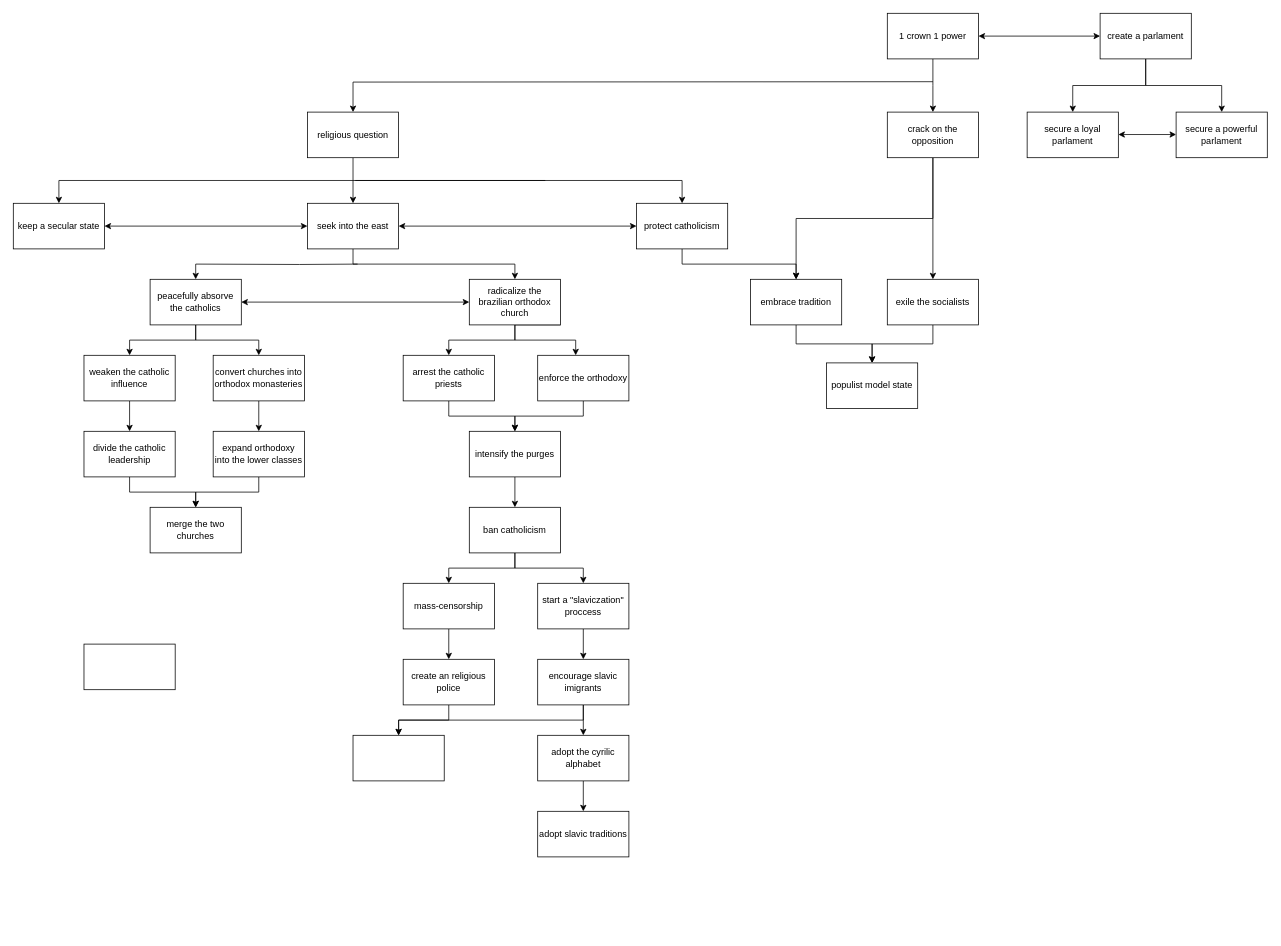
The draw.io diagram Untitled Diagram.drawio in GolfinhoDoAlaska/marwan-challenge, before the edit. Source tidied: cells renumbered, new cells numbered last; positions are measured from the earlier drawing's top-left corner, leaving out a move shared by most shapes. Both pictures are drawn from the tidied source at 76%, with x=0, y=0 at pixel (13, 13).
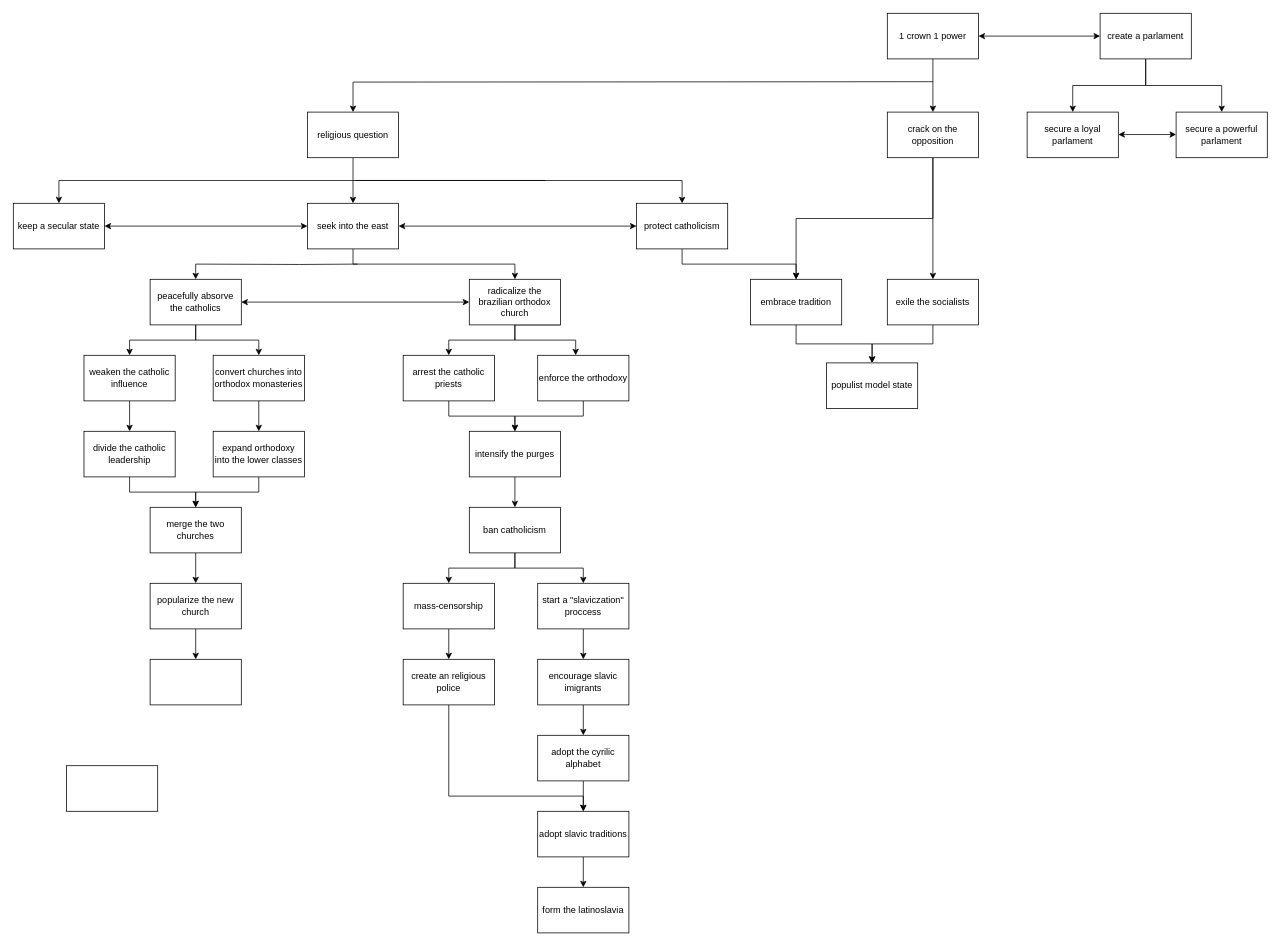
The same diagram, later.

Unchanged cells that the change refers to:
```xml
<mxCell id="48" value="merge the two churches" style="rounded=0;whiteSpace=wrap;html=1;" parent="1" vertex="1">
  <mxGeometry x="180" y="650" width="120" height="60" as="geometry" />
</mxCell>
<mxCell id="64" value="encourage slavic imigrants" style="rounded=0;whiteSpace=wrap;html=1;" parent="1" vertex="1">
  <mxGeometry x="690" y="850" width="120" height="60" as="geometry" />
</mxCell>
<mxCell id="66" value="create an religious police" style="rounded=0;whiteSpace=wrap;html=1;" parent="1" vertex="1">
  <mxGeometry x="513" y="850" width="120" height="60" as="geometry" />
</mxCell>
<mxCell id="69" value="adopt slavic traditions" style="rounded=0;whiteSpace=wrap;html=1;" parent="1" vertex="1">
  <mxGeometry x="690" y="1050" width="120" height="60" as="geometry" />
</mxCell>
```

Change to the diagram source:
```diff
@@
+    <mxCell id="71" style="edgeStyle=orthogonalEdgeStyle;rounded=0;jettySize=auto;html=1;entryX=0.5;entryY=0;entryDx=0;entryDy=0;" parent="1" edge="1" source="15" target="77">
+      <mxGeometry relative="1" as="geometry" />
+    </mxCell>
-    <mxCell id="15" style="rounded=0;whiteSpace=wrap;html=1;" parent="1" vertex="1">
-      <mxGeometry x="93" y="830" width="120" height="60" as="geometry" />
+    <mxCell id="15" value="popularize the new church" style="rounded=0;whiteSpace=wrap;html=1;" parent="1" vertex="1">
+      <mxGeometry x="180" y="750" width="120" height="60" as="geometry" />
     </mxCell>
@@
+    <mxCell id="72" style="edgeStyle=orthogonalEdgeStyle;rounded=0;jettySize=auto;html=1;entryX=0.5;entryY=0;entryDx=0;entryDy=0;" parent="1" edge="1" source="48" target="15">
+      <mxGeometry relative="1" as="geometry" />
+    </mxCell>
@@
-    <mxCell id="63" style="edgeStyle=orthogonalEdgeStyle;rounded=0;jettySize=auto;html=1;exitX=0.5;exitY=1;exitDx=0;exitDy=0;" parent="1" edge="1" source="64" target="70">
-      <mxGeometry relative="1" as="geometry" />
-    </mxCell>
@@
-    <mxCell id="65" style="edgeStyle=orthogonalEdgeStyle;rounded=0;jettySize=auto;html=1;entryX=0.5;entryY=0;entryDx=0;entryDy=0;" parent="1" edge="1" source="66" target="70">
-      <mxGeometry relative="1" as="geometry" />
-    </mxCell>
+    <mxCell id="73" style="edgeStyle=orthogonalEdgeStyle;rounded=0;jettySize=auto;html=1;entryX=0.5;entryY=0;entryDx=0;entryDy=0;" parent="1" edge="1" source="66" target="69">
+      <mxGeometry relative="1" as="geometry">
+        <Array as="points">
+          <mxPoint x="573" y="1030" />
+          <mxPoint x="750" y="1030" />
+        </Array>
+      </mxGeometry>
+    </mxCell>
@@
+    <mxCell id="74" style="edgeStyle=orthogonalEdgeStyle;rounded=0;jettySize=auto;html=1;entryX=0.5;entryY=0;entryDx=0;entryDy=0;" parent="1" edge="1" source="69" target="75">
+      <mxGeometry relative="1" as="geometry" />
+    </mxCell>
@@
-    <mxCell id="70" style="rounded=0;whiteSpace=wrap;html=1;" parent="1" vertex="1">
-      <mxGeometry x="447" y="950" width="120" height="60" as="geometry" />
-    </mxCell>
+    <mxCell id="75" value="form the latinoslavia" style="rounded=0;whiteSpace=wrap;html=1;" parent="1" vertex="1">
+      <mxGeometry x="690" y="1150" width="120" height="60" as="geometry" />
+    </mxCell>
+    <mxCell id="76" style="rounded=0;whiteSpace=wrap;html=1;" parent="1" vertex="1">
+      <mxGeometry x="70" y="990" width="120" height="60" as="geometry" />
+    </mxCell>
+    <mxCell id="77" style="rounded=0;whiteSpace=wrap;html=1;" parent="1" vertex="1">
+      <mxGeometry x="180" y="850" width="120" height="60" as="geometry" />
+    </mxCell>
```
